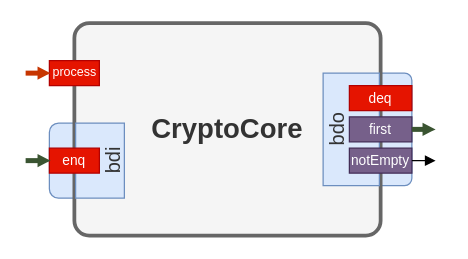
Above: docs/BlueLight_CryptoCoreIfc.drawio in kammoh/bluelight (draw.io), before the change. Source tidied: cells renumbered, new cells numbered last; positions are measured from the earlier drawing's top-left corner, leaving out a move shared by most shapes. Both pictures are drawn from the tidied source at 125%, with x=0, y=0 at pixel (25, 22).
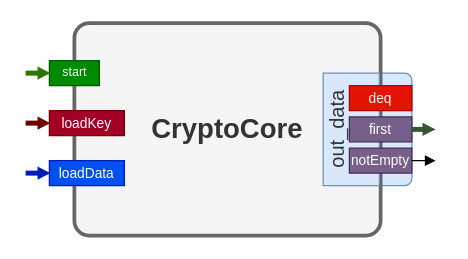
Above is the later version.

Diff of the diagram source:
```diff
@@
-    <mxCell id="2" style="rounded=1;whiteSpace=wrap;html=1;strokeWidth=1;fillColor=#dae8fc;strokeColor=#6c8ebf;" parent="1" vertex="1">
-      <mxGeometry x="19" y="80" width="49" height="60" as="geometry" />
-    </mxCell>
@@
-    <mxCell id="5" value="process" style="text;html=1;align=center;verticalAlign=middle;whiteSpace=wrap;rounded=0;fontSize=10;spacingLeft=1;strokeColor=#B20000;fillColor=#e51400;fontColor=#ffffff;spacingBottom=3;" parent="1" vertex="1">
+    <mxCell id="5" value="start" style="text;html=1;align=center;verticalAlign=middle;whiteSpace=wrap;rounded=0;fontSize=10;spacingLeft=1;strokeColor=#005700;fillColor=#008a00;fontColor=#ffffff;spacingBottom=3;" parent="1" vertex="1">
       <mxGeometry x="19" y="30" width="40" height="20" as="geometry" />
     </mxCell>
-    <mxCell id="6" value="&lt;font style=&quot;font-size: 16px;&quot;&gt;&lt;span style=&quot;font-size: 16px;&quot;&gt;bdi&lt;/span&gt;&lt;br style=&quot;font-size: 16px;&quot;&gt;&lt;/font&gt;" style="rounded=0;whiteSpace=wrap;html=1;align=center;fontSize=16;horizontal=0;verticalAlign=bottom;spacing=-1;spacingTop=3;strokeWidth=1;fillColor=#dae8fc;strokeColor=#6c8ebf;fontColor=#333333;fontStyle=0;" parent="1" vertex="1">
-      <mxGeometry x="40" y="80" width="39" height="60" as="geometry" />
-    </mxCell>
-    <mxCell id="7" value="&lt;span style=&quot;font-size: 16px;&quot;&gt;&lt;span style=&quot;font-size: 16px;&quot;&gt;bdo&lt;/span&gt;&lt;/span&gt;" style="rounded=0;whiteSpace=wrap;html=1;fillColor=#dae8fc;strokeColor=#6c8ebf;align=center;fontSize=16;horizontal=0;verticalAlign=top;spacing=0;strokeWidth=1;spacingBottom=7;spacingTop=-3;fontColor=#333333;fontStyle=0;" parent="1" vertex="1">
+    <mxCell id="7" value="&lt;span style=&quot;font-size: 16px;&quot;&gt;&lt;span style=&quot;font-size: 16px;&quot;&gt;out_data&lt;/span&gt;&lt;/span&gt;" style="rounded=0;whiteSpace=wrap;html=1;fillColor=#dae8fc;strokeColor=#6c8ebf;align=center;fontSize=16;horizontal=0;verticalAlign=top;spacing=0;strokeWidth=1;spacingBottom=7;spacingTop=-3;fontColor=#333333;fontStyle=0;" parent="1" vertex="1">
       <mxGeometry x="238" y="40" width="45" height="90" as="geometry" />
     </mxCell>
-    <mxCell id="8" style="endArrow=block;html=1;strokeWidth=4;endFill=1;endSize=0;startSize=0;fillColor=#fa6800;shadow=0;sketch=0;strokeColor=#C73500;" parent="1" edge="1">
+    <mxCell id="8" style="endArrow=block;html=1;strokeWidth=4;endFill=1;endSize=0;startSize=0;fillColor=#60a917;shadow=0;sketch=0;strokeColor=#2D7600;" parent="1" edge="1">
       <mxGeometry relative="1" as="geometry">
         <mxPoint y="40" as="sourcePoint" />
         <mxPoint x="20" y="40" as="targetPoint" />
       </mxGeometry>
     </mxCell>
-    <mxCell id="9" value="enq" style="text;html=1;align=center;verticalAlign=middle;whiteSpace=wrap;rounded=0;fontSize=11;strokeColor=#B20000;fillColor=#e51400;fontColor=#ffffff;" parent="1" vertex="1">
-      <mxGeometry x="19" y="100" width="40" height="20" as="geometry" />
+    <mxCell id="9" value="loadData" style="text;html=1;align=center;verticalAlign=middle;whiteSpace=wrap;rounded=0;fontSize=11;strokeColor=#001DBC;fillColor=#0050ef;fontColor=#ffffff;" parent="1" vertex="1">
+      <mxGeometry x="19" y="110" width="60" height="20" as="geometry" />
     </mxCell>
-    <mxCell id="10" style="endArrow=block;html=1;strokeWidth=4;endFill=1;endSize=0;startSize=0;fillColor=#6d8764;strokeColor=#3A5431;" parent="1" edge="1">
+    <mxCell id="10" style="endArrow=block;html=1;strokeWidth=4;endFill=1;endSize=0;startSize=0;fillColor=#0050ef;strokeColor=#001DBC;" parent="1" edge="1">
       <mxGeometry relative="1" as="geometry">
-        <mxPoint y="110" as="sourcePoint" />
-        <mxPoint x="20" y="110" as="targetPoint" />
+        <mxPoint y="120" as="sourcePoint" />
+        <mxPoint x="20" y="120" as="targetPoint" />
       </mxGeometry>
     </mxCell>
@@
+    <mxCell id="16" value="loadKey" style="text;html=1;align=center;verticalAlign=middle;whiteSpace=wrap;rounded=0;fontSize=11;strokeColor=#6F0000;fillColor=#a20025;fontColor=#ffffff;" parent="1" vertex="1">
+      <mxGeometry x="19" y="70" width="60" height="20" as="geometry" />
+    </mxCell>
+    <mxCell id="17" style="endArrow=block;html=1;strokeWidth=4;endFill=1;endSize=0;startSize=0;fillColor=#a20025;strokeColor=#6F0000;" parent="1" edge="1">
+      <mxGeometry relative="1" as="geometry">
+        <mxPoint y="80" as="sourcePoint" />
+        <mxPoint x="20" y="80" as="targetPoint" />
+      </mxGeometry>
+    </mxCell>
```
